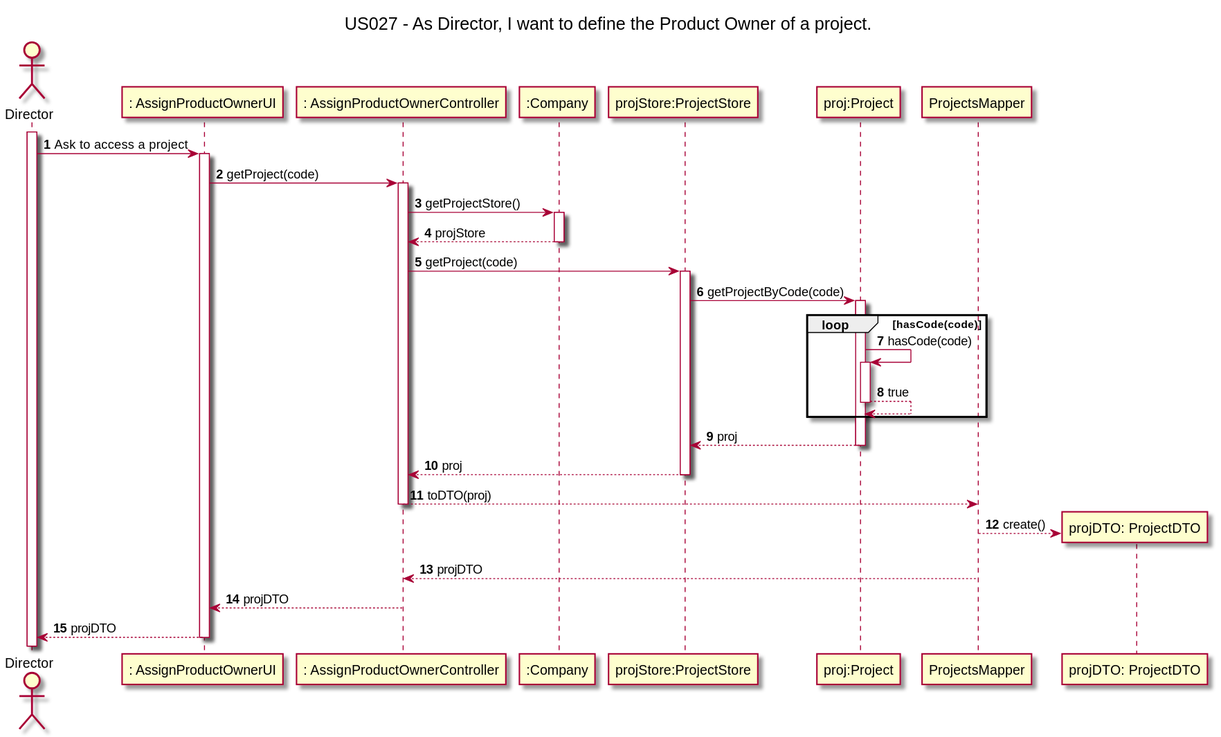
nunogon1211787/projectManagement keeps this PlantUML diagram as docs/Sprint3/US027/US027-SD-getProject().svg. Above is the earlier version. Its diagram source:
```plantuml
@startuml

title "US027 - As Director, I want to define the Product Owner of a project."

autoactivate on
autonumber

actor "Director" as Director
participant ": AssignProductOwnerUI" as UI
participant ": AssignProductOwnerController" as Controller
participant ":Company" as Company
participant "projStore:ProjectStore" as ProjectStore
participant "proj:Project" as Project
participant "ProjectsMapper" as ProjectsMapper
participant "projDTO: ProjectDTO" as ProjectDTO


activate Director

Director -> UI: Ask to access a project
UI -> Controller: getProject(code)
Controller -> Company: getProjectStore()
return projStore
Controller -> ProjectStore: getProject(code)
ProjectStore -> Project:getProjectByCode(code)
    loop hasCode(code)
        Project -> Project: hasCode(code)
        return true
    end
return proj
return proj
Controller --> ProjectsMapper: toDTO(proj)
ProjectsMapper --> ProjectDTO**: create()
deactivate ProjectsMapper
ProjectsMapper --> Controller: projDTO
Controller --> UI: projDTO
UI --> Director: projDTO

@enduml
```
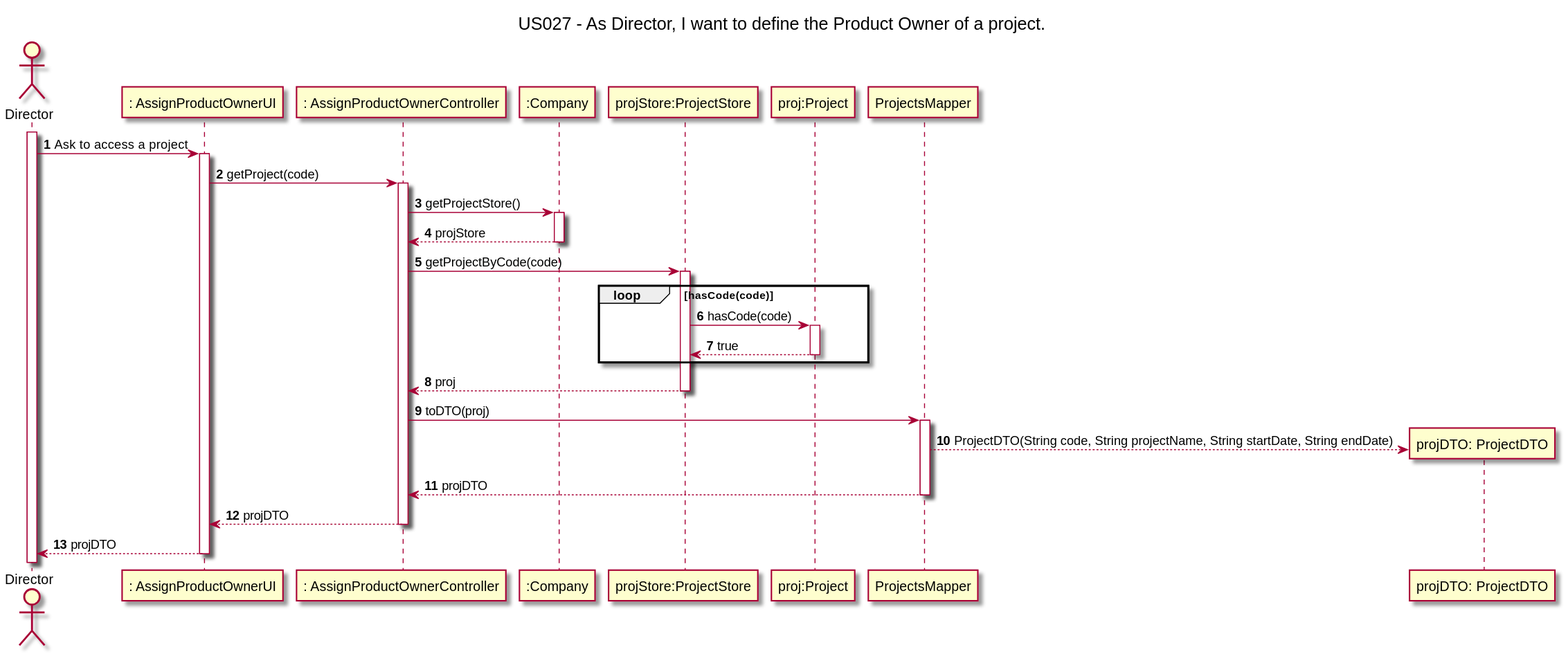
The same diagram one commit later.

Diff of the diagram source:
```diff
@@ -21,17 +21,15 @@
 UI -> Controller: getProject(code)
 Controller -> Company: getProjectStore()
 return projStore
-Controller -> ProjectStore: getProject(code)
-ProjectStore -> Project:getProjectByCode(code)
+Controller -> ProjectStore: getProjectByCode(code)
     loop hasCode(code)
-        Project -> Project: hasCode(code)
+        ProjectStore -> Project: hasCode(code)
         return true
     end
 return proj
-return proj
-Controller --> ProjectsMapper: toDTO(proj)
-ProjectsMapper --> ProjectDTO**: create()
-deactivate ProjectsMapper
+Controller -> ProjectsMapper: toDTO(proj)
+ProjectsMapper --> ProjectDTO**: ProjectDTO(String code, String projectName, String startDate, String endDate)
+deactivate ProjectDTO
 ProjectsMapper --> Controller: projDTO
 Controller --> UI: projDTO
 UI --> Director: projDTO
```
